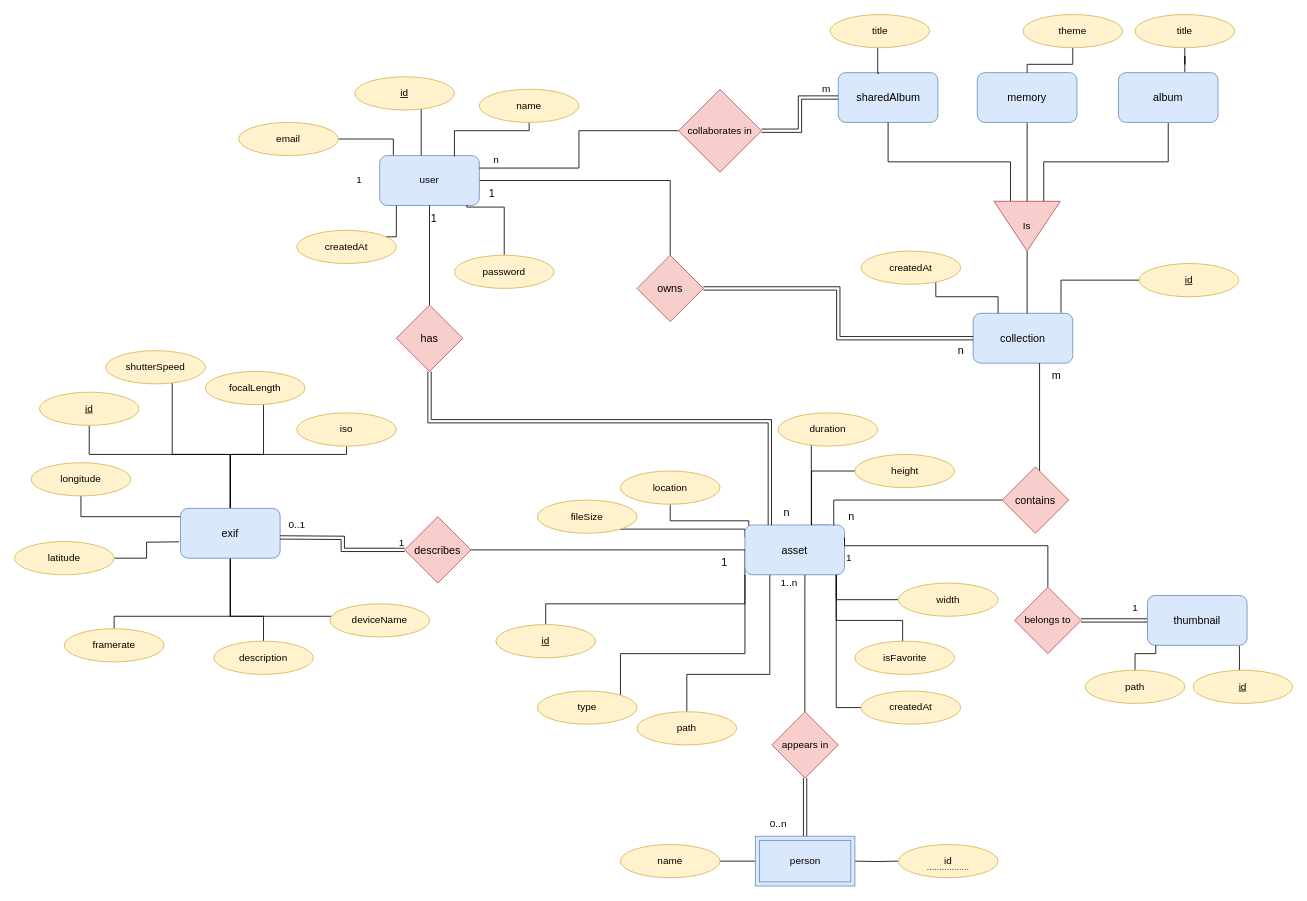
This is db.drawio_model.drawio from toniker/db, a draw.io file, before an edit. Source tidied: cells renumbered, new cells numbered last; positions are measured from the earlier drawing's top-left corner, leaving out a move shared by most shapes. Both pictures are drawn from the tidied source at 83%, with x=0, y=0 at pixel (14, 14).
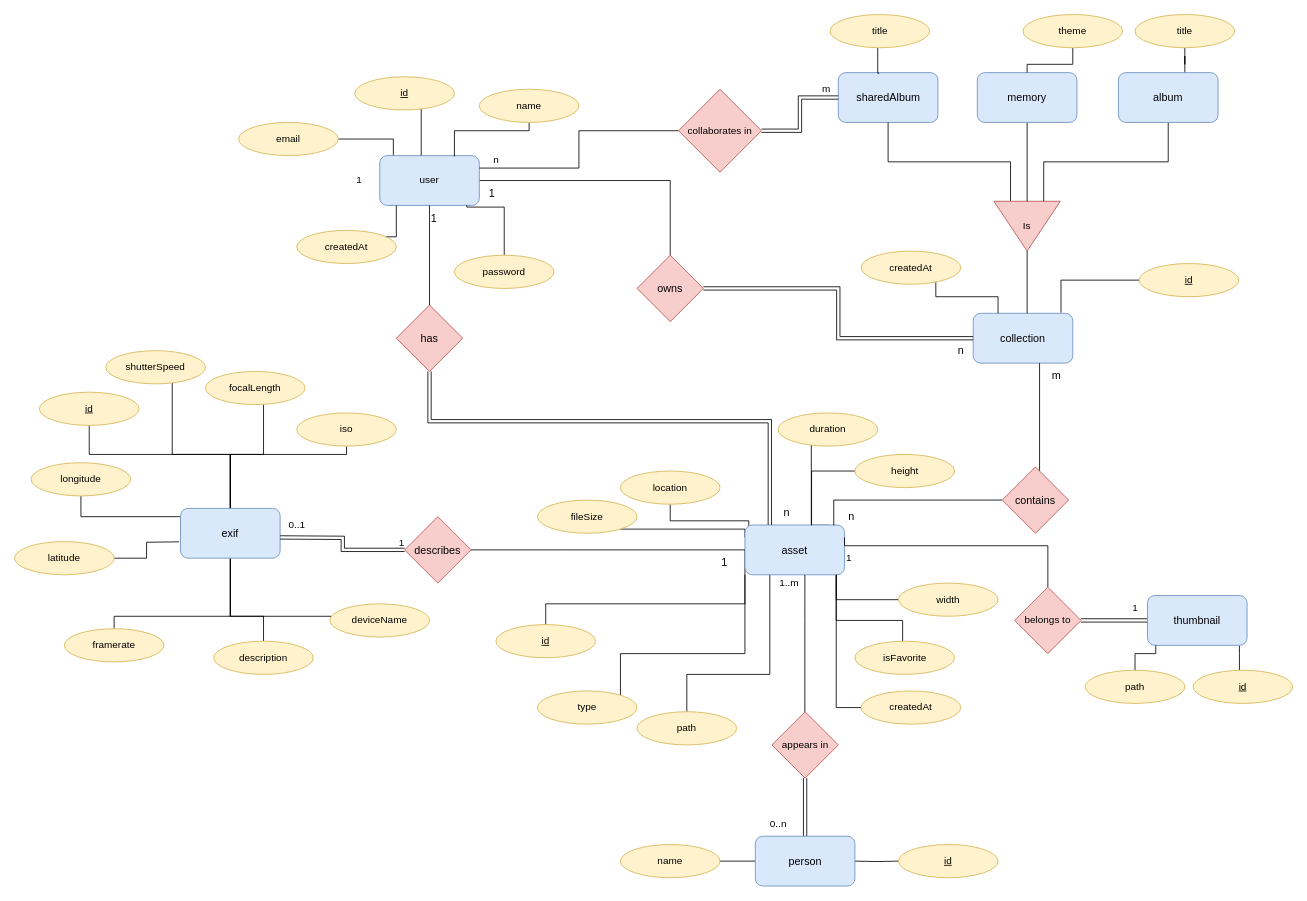
After the change.

Unchanged cells that the change refers to:
```xml
<mxCell id="90" value="appears in" style="rhombus;whiteSpace=wrap;html=1;fillColor=#f8cecc;strokeColor=#b85450;" parent="1" vertex="1">
  <mxGeometry x="912.5" y="840" width="80" height="80" as="geometry" />
</mxCell>
```

The edit, as a diff of the source:
```diff
@@
-    <mxCell id="55" value="id" style="ellipse;whiteSpace=wrap;html=1;fillColor=#fff2cc;strokeColor=#d6b656;" parent="1" vertex="1">
+    <mxCell id="55" value="&lt;u&gt;id&lt;/u&gt;" style="ellipse;whiteSpace=wrap;html=1;fillColor=#fff2cc;strokeColor=#d6b656;" parent="1" vertex="1">
       <mxGeometry x="1065" y="1000" width="120" height="40" as="geometry" />
     </mxCell>
@@
-    <mxCell id="92" value="1..n" style="text;html=1;align=center;verticalAlign=middle;strokeColor=none;fillColor=none;" parent="1" vertex="1">
-      <mxGeometry x="912.5" y="670" width="40" height="30" as="geometry" />
+    <mxCell id="92" value="1..m" style="text;html=1;align=center;verticalAlign=middle;strokeColor=none;fillColor=none;" parent="1" vertex="1">
+      <mxGeometry x="907.5" y="670" width="50" height="30" as="geometry" />
     </mxCell>
@@
-    <mxCell id="101" style="shape=link;html=1;rounded=0;endArrow=none;endFill=0;entryX=0.5;entryY=0;entryDx=0;entryDy=0;exitX=0.5;exitY=1;exitDx=0;exitDy=0;" parent="1" edge="1" source="90">
+    <mxCell id="101" style="html=1;rounded=0;endArrow=none;endFill=0;entryX=0.5;entryY=0;entryDx=0;entryDy=0;exitX=0.5;exitY=1;exitDx=0;exitDy=0;shape=link;" parent="1" edge="1" source="90">
       <mxGeometry relative="1" as="geometry">
         <mxPoint x="952.5" y="990" as="targetPoint" />
       </mxGeometry>
     </mxCell>
-    <mxCell id="102" style="endArrow=none;html=1;rounded=0;dashed=1;dashPattern=1 2;" parent="1" edge="1">
-      <mxGeometry relative="1" as="geometry">
-        <mxPoint x="1100" y="1030" as="sourcePoint" />
-        <mxPoint x="1150" y="1030" as="targetPoint" />
-      </mxGeometry>
-    </mxCell>
-    <mxCell id="103" value="person" style="shape=ext;margin=3;double=1;whiteSpace=wrap;html=1;align=center;fillColor=#dae8fc;strokeColor=#6c8ebf;" parent="1" vertex="1">
-      <mxGeometry x="892.5" y="990" width="120" height="60" as="geometry" />
-    </mxCell>
@@
+    <mxCell id="103" value="person" style="rounded=1;whiteSpace=wrap;html=1;fontSize=13;fillColor=#dae8fc;strokeColor=#6c8ebf;" parent="1" vertex="1">
+      <mxGeometry x="892.5" y="990" width="120" height="60" as="geometry" />
+    </mxCell>
```
